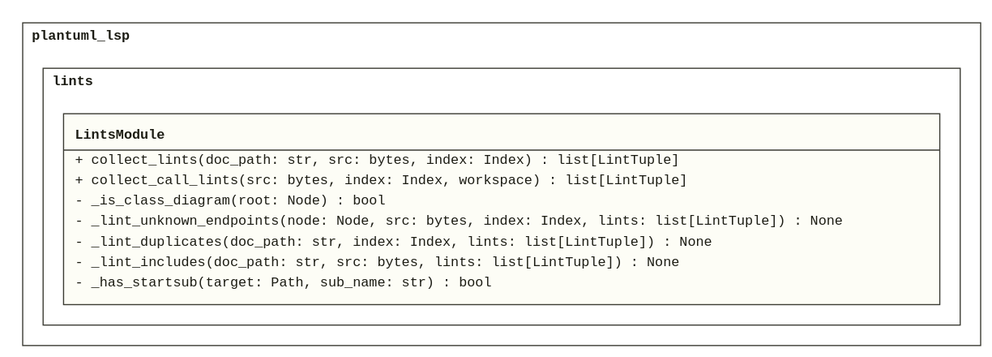
This is doc/assets/CL_Lints.svg from derivasoftware/plantuml-lsp, a PlantUML export, as it was before one commit. Its source is kept beside it as design/lld/plantuml_lsp/CL_Lints.puml. Source of this version:
```plantuml
@startuml CL_Lints

!startsub LintsModule

namespace plantuml_lsp.lints {
  class "<<module>>" as LintsModule {
    + collect_lints(doc_path: str, src: bytes, index: Index) : list[LintTuple]
    + collect_call_lints(src: bytes, index: Index, workspace) : list[LintTuple]
    - _is_class_diagram(root: Node) : bool
    - _lint_unknown_endpoints(node: Node, src: bytes, index: Index, lints: list[LintTuple]) : None
    - _lint_duplicates(doc_path: str, index: Index, lints: list[LintTuple]) : None
    - _lint_includes(doc_path: str, src: bytes, lints: list[LintTuple]) : None
    - _has_startsub(target: Path, sub_name: str) : bool
  }
  LintsModule ..> plantuml_lsp.index.Index
  LintsModule ..> plantuml_lsp.parsing.ParsingModule
}

!endsub

@enduml
```
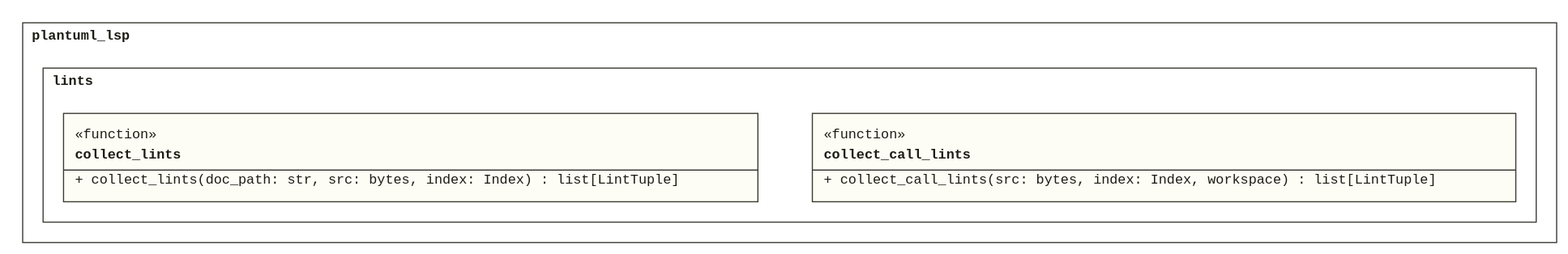
The same file after the commit.

Diff of the diagram source:
```diff
@@ -3,17 +3,12 @@
 !startsub LintsModule
 
 namespace plantuml_lsp.lints {
-  class "<<module>>" as LintsModule {
+  class collect_lints <<function>> {
     + collect_lints(doc_path: str, src: bytes, index: Index) : list[LintTuple]
+  }
+  class collect_call_lints <<function>> {
     + collect_call_lints(src: bytes, index: Index, workspace) : list[LintTuple]
-    - _is_class_diagram(root: Node) : bool
-    - _lint_unknown_endpoints(node: Node, src: bytes, index: Index, lints: list[LintTuple]) : None
-    - _lint_duplicates(doc_path: str, index: Index, lints: list[LintTuple]) : None
-    - _lint_includes(doc_path: str, src: bytes, lints: list[LintTuple]) : None
-    - _has_startsub(target: Path, sub_name: str) : bool
   }
-  LintsModule ..> plantuml_lsp.index.Index
-  LintsModule ..> plantuml_lsp.parsing.ParsingModule
 }
 
 !endsub
```
